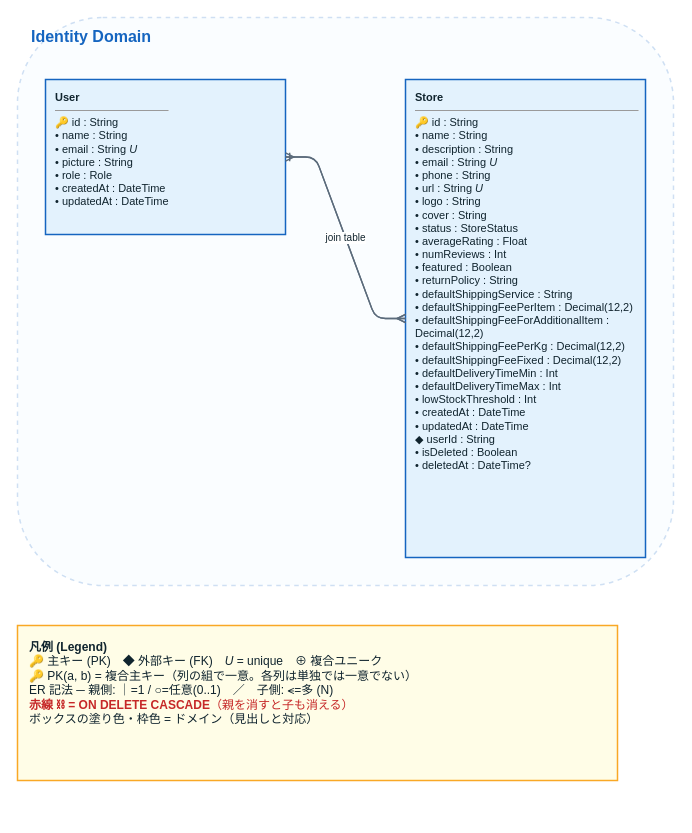
Earlier version of the draw.io diagram page "7. Identity" (7 of 13) of docs/architecture/data-model.drawio (myoshi2891/Multi-Vendor-E-Commerce). Source tidied: cells renumbered, new cells numbered last; positions are measured from the earlier drawing's top-left corner, leaving out a move shared by most shapes. Both pictures are drawn from the tidied source at 100%, with x=0, y=0 at pixel (17, 17).
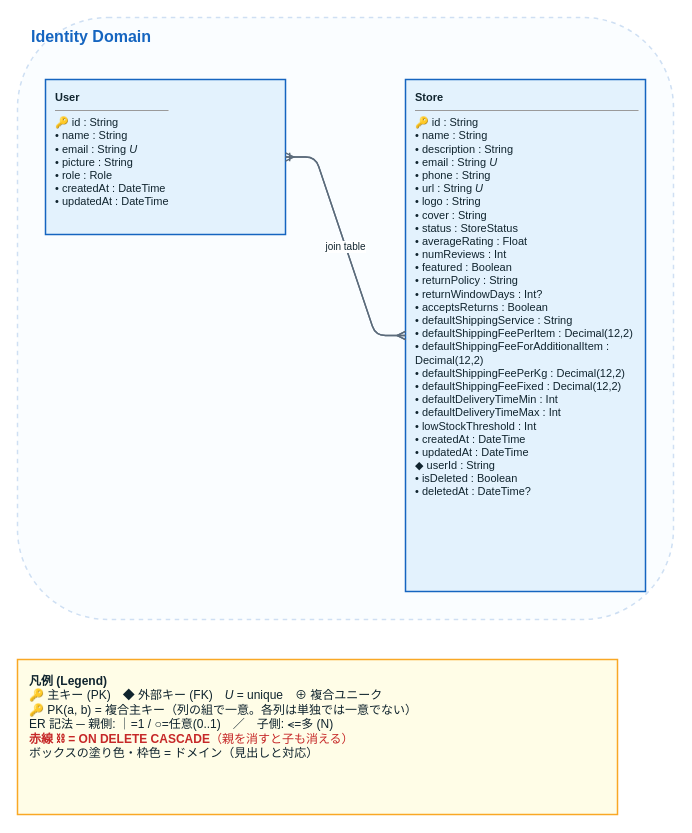
Above is the later version.

The edit, as a diff of the source:
```diff
@@
 <mxGraphModel>
   <root>
     <mxCell id="0" />
     <mxCell id="1" parent="0" />
     <mxCell id="2" style="rounded=1;fillColor=#E3F2FD;opacity=20;strokeColor=#1565C0;dashed=1;strokeWidth=1.5;verticalAlign=top;" parent="1" vertex="1">
-      <mxGeometry width="656" height="568" as="geometry" />
+      <mxGeometry width="656" height="602" as="geometry" />
     </mxCell>
     <mxCell id="3" value="Identity Domain" style="text;html=1;fontSize=16;fontStyle=1;fontColor=#1565C0;align=left;verticalAlign=middle;" parent="1" vertex="1">
       <mxGeometry x="12" y="6" width="632" height="26" as="geometry" />
     </mxCell>
     <mxCell id="4" value="&lt;b&gt;User&lt;/b&gt;&lt;hr size=&quot;1&quot;/&gt;🔑 id : String&lt;br/&gt;• name : String&lt;br/&gt;• email : String &lt;i&gt;U&lt;/i&gt;&lt;br/&gt;• picture : String&lt;br/&gt;• role : Role&lt;br/&gt;• createdAt : DateTime&lt;br/&gt;• updatedAt : DateTime" style="rounded=2;whiteSpace=wrap;html=1;align=left;verticalAlign=top;spacingLeft=8;spacingTop=5;spacingRight=6;fillColor=#E3F2FD;strokeColor=#1565C0;strokeWidth=1.5;fontSize=11;fontColor=#10242E;" parent="1" vertex="1">
       <mxGeometry x="28" y="62" width="240" height="155" as="geometry" />
     </mxCell>
-    <mxCell id="5" value="&lt;b&gt;Store&lt;/b&gt;&lt;hr size=&quot;1&quot;/&gt;🔑 id : String&lt;br/&gt;• name : String&lt;br/&gt;• description : String&lt;br/&gt;• email : String &lt;i&gt;U&lt;/i&gt;&lt;br/&gt;• phone : String&lt;br/&gt;• url : String &lt;i&gt;U&lt;/i&gt;&lt;br/&gt;• logo : String&lt;br/&gt;• cover : String&lt;br/&gt;• status : StoreStatus&lt;br/&gt;• averageRating : Float&lt;br/&gt;• numReviews : Int&lt;br/&gt;• featured : Boolean&lt;br/&gt;• returnPolicy : String&lt;br/&gt;• defaultShippingService : String&lt;br/&gt;• defaultShippingFeePerItem : Decimal(12,2)&lt;br/&gt;• defaultShippingFeeForAdditionalItem : Decimal(12,2)&lt;br/&gt;• defaultShippingFeePerKg : Decimal(12,2)&lt;br/&gt;• defaultShippingFeeFixed : Decimal(12,2)&lt;br/&gt;• defaultDeliveryTimeMin : Int&lt;br/&gt;• defaultDeliveryTimeMax : Int&lt;br/&gt;• lowStockThreshold : Int&lt;br/&gt;• createdAt : DateTime&lt;br/&gt;• updatedAt : DateTime&lt;br/&gt;◆ userId : String&lt;br/&gt;• isDeleted : Boolean&lt;br/&gt;• deletedAt : DateTime?" style="rounded=2;whiteSpace=wrap;html=1;align=left;verticalAlign=top;spacingLeft=8;spacingTop=5;spacingRight=6;fillColor=#E3F2FD;strokeColor=#1565C0;strokeWidth=1.5;fontSize=11;fontColor=#10242E;" parent="1" vertex="1">
-      <mxGeometry x="388" y="62" width="240" height="478" as="geometry" />
+    <mxCell id="5" value="&lt;b&gt;Store&lt;/b&gt;&lt;hr size=&quot;1&quot;/&gt;🔑 id : String&lt;br/&gt;• name : String&lt;br/&gt;• description : String&lt;br/&gt;• email : String &lt;i&gt;U&lt;/i&gt;&lt;br/&gt;• phone : String&lt;br/&gt;• url : String &lt;i&gt;U&lt;/i&gt;&lt;br/&gt;• logo : String&lt;br/&gt;• cover : String&lt;br/&gt;• status : StoreStatus&lt;br/&gt;• averageRating : Float&lt;br/&gt;• numReviews : Int&lt;br/&gt;• featured : Boolean&lt;br/&gt;• returnPolicy : String&lt;br/&gt;• returnWindowDays : Int?&lt;br/&gt;• acceptsReturns : Boolean&lt;br/&gt;• defaultShippingService : String&lt;br/&gt;• defaultShippingFeePerItem : Decimal(12,2)&lt;br/&gt;• defaultShippingFeeForAdditionalItem : Decimal(12,2)&lt;br/&gt;• defaultShippingFeePerKg : Decimal(12,2)&lt;br/&gt;• defaultShippingFeeFixed : Decimal(12,2)&lt;br/&gt;• defaultDeliveryTimeMin : Int&lt;br/&gt;• defaultDeliveryTimeMax : Int&lt;br/&gt;• lowStockThreshold : Int&lt;br/&gt;• createdAt : DateTime&lt;br/&gt;• updatedAt : DateTime&lt;br/&gt;◆ userId : String&lt;br/&gt;• isDeleted : Boolean&lt;br/&gt;• deletedAt : DateTime?" style="rounded=2;whiteSpace=wrap;html=1;align=left;verticalAlign=top;spacingLeft=8;spacingTop=5;spacingRight=6;fillColor=#E3F2FD;strokeColor=#1565C0;strokeWidth=1.5;fontSize=11;fontColor=#10242E;" parent="1" vertex="1">
+      <mxGeometry x="388" y="62" width="240" height="512" as="geometry" />
     </mxCell>
     <mxCell id="6" value="userId" style="edgeStyle=entityRelationEdgeStyle;rounded=1;html=1;fontSize=10;fontColor=#10242E;labelBackgroundColor=#FFFFFF;jumpStyle=arc;jumpSize=10;startArrow=ERone;startFill=0;endArrow=ERmany;endFill=0;strokeColor=#5B6B7B;strokeWidth=1.4;" parent="1" edge="1" source="4" target="5">
       <mxGeometry relative="1" as="geometry" />
     </mxCell>
     <mxCell id="7" value="join table" style="edgeStyle=entityRelationEdgeStyle;rounded=1;html=1;fontSize=10;fontColor=#10242E;labelBackgroundColor=#FFFFFF;jumpStyle=arc;jumpSize=10;startArrow=ERmany;startFill=0;endArrow=ERmany;endFill=0;strokeColor=#5B6B7B;strokeWidth=1.4;" parent="1" edge="1" source="4" target="5">
       <mxGeometry relative="1" as="geometry" />
     </mxCell>
     <mxCell id="8" value="&lt;b&gt;凡例 (Legend)&lt;/b&gt;&lt;br/&gt;🔑 主キー (PK)　◆ 外部キー (FK)　&lt;i&gt;U&lt;/i&gt; = unique　⊕ 複合ユニーク&lt;br/&gt;🔑 PK(a, b) = 複合主キー（列の組で一意。各列は単独では一意でない）&lt;br/&gt;ER 記法 ─ 親側: ｜=1 / ○=任意(0..1)　／　子側: ⪪=多 (N)&lt;br/&gt;&lt;font color='#C62828'&gt;&lt;b&gt;赤線 ⛓ = ON DELETE CASCADE&lt;/b&gt;（親を消すと子も消える）&lt;/font&gt;&lt;br/&gt;ボックスの塗り色・枠色 = ドメイン（見出しと対応）" style="rounded=2;whiteSpace=wrap;html=1;align=left;verticalAlign=top;spacingLeft=10;spacingTop=8;fillColor=#FFFDE7;strokeColor=#F9A825;strokeWidth=1.5;fontSize=12;fontColor=#10242E;" parent="1" vertex="1">
-      <mxGeometry y="608" width="600" height="155" as="geometry" />
+      <mxGeometry y="642" width="600" height="155" as="geometry" />
     </mxCell>
   </root>
 </mxGraphModel>
```
